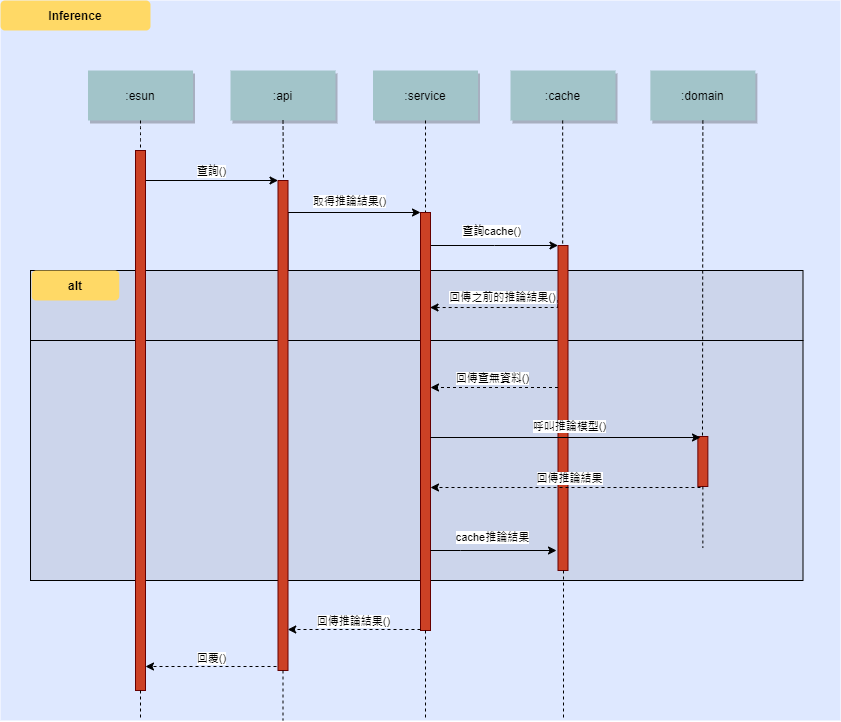
hsiehpinghan/esun_ai_2021_summer_tradevan keeps this draw.io diagram as assets/循序圖.png. Above is the earlier version. Source tidied: cells renumbered, new cells last; positions are measured from the earlier drawing's top-left corner, leaving out a move shared by most shapes.
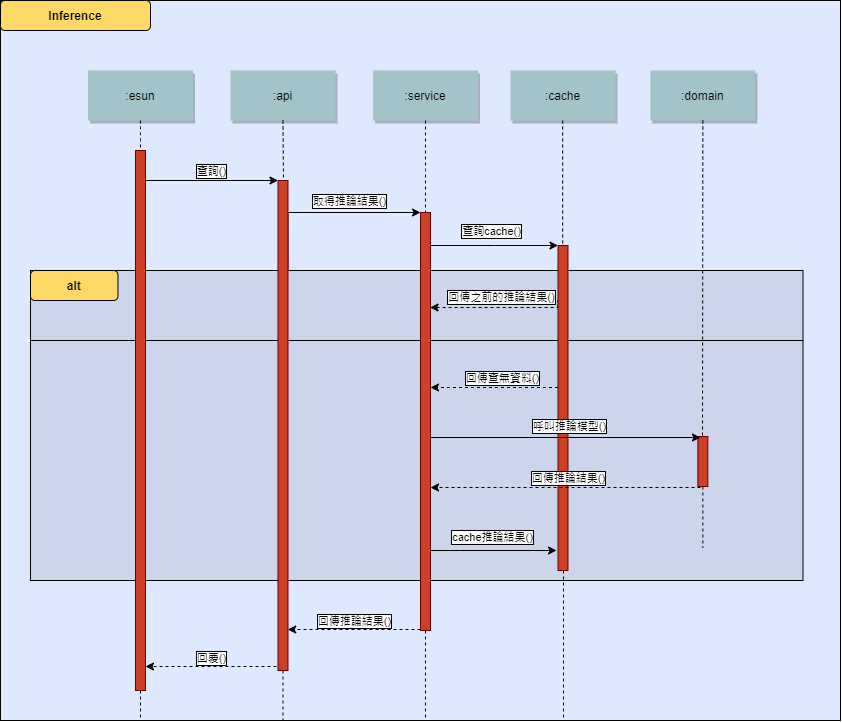
The same file after the commit.

The edit, as a diff of the source:
```diff
@@ -2,10 +2,10 @@
   <root>
     <mxCell id="0" />
     <mxCell id="1" parent="0" />
-    <mxCell id="2" style="fillColor=#DEE8FF;strokeColor=none;" parent="1" vertex="1">
+    <mxCell id="2" style="fillColor=#DEE8FF;" parent="1" vertex="1">
       <mxGeometry width="840" height="720" as="geometry" />
     </mxCell>
-    <mxCell id="3" value="Inference" style="rounded=1;fontStyle=1;fillColor=#FFD966;strokeColor=none;" parent="1" vertex="1">
+    <mxCell id="3" value="Inference" style="rounded=1;fontStyle=1;fillColor=#FFD966;" parent="1" vertex="1">
       <mxGeometry width="150" height="30" as="geometry" />
     </mxCell>
     <mxCell id="4" value=":esun" style="shadow=1;fillColor=#A2C4C9;strokeColor=none;" parent="1" vertex="1">
@@ -18,7 +18,7 @@
         </Array>
       </mxGeometry>
     </mxCell>
-    <mxCell id="6" value="查詢()" style="edgeLabel;html=1;align=center;verticalAlign=middle;" parent="5" vertex="1">
+    <mxCell id="6" value="查詢()" style="edgeLabel;html=1;align=center;verticalAlign=middle;labelBorderColor=#000000;" parent="5" vertex="1">
       <mxGeometry x="-0.18" relative="1" as="geometry">
         <mxPoint x="65" y="-18" as="offset" />
       </mxGeometry>
@@ -33,7 +33,7 @@
         </Array>
       </mxGeometry>
     </mxCell>
-    <mxCell id="9" value="取得推論結果()" style="edgeLabel;html=1;align=center;verticalAlign=middle;" parent="8" vertex="1">
+    <mxCell id="9" value="取得推論結果()" style="edgeLabel;html=1;align=center;verticalAlign=middle;labelBorderColor=#000000;" parent="8" vertex="1">
       <mxGeometry x="0.26" relative="1" as="geometry">
         <mxPoint x="11" y="-12" as="offset" />
       </mxGeometry>
@@ -82,13 +82,13 @@
         </Array>
       </mxGeometry>
     </mxCell>
-    <mxCell id="18" value="查詢cache()" style="edgeLabel;html=1;align=center;verticalAlign=middle;" parent="17" vertex="1">
+    <mxCell id="18" value="查詢cache()" style="edgeLabel;html=1;align=center;verticalAlign=middle;labelBorderColor=#000000;" parent="17" vertex="1">
       <mxGeometry x="-0.17" y="-1" relative="1" as="geometry">
         <mxPoint x="49" y="-16" as="offset" />
       </mxGeometry>
     </mxCell>
-    <mxCell id="19" value="alt" style="rounded=1;fontStyle=1;fillColor=#FFD966;strokeColor=none;" parent="1" vertex="1">
-      <mxGeometry x="31.2" y="270" width="87.5" height="30" as="geometry" />
+    <mxCell id="19" value="alt" style="rounded=1;fontStyle=1;fillColor=#FFD966;" parent="1" vertex="1">
+      <mxGeometry x="30" y="270" width="87.5" height="30" as="geometry" />
     </mxCell>
     <mxCell id="20" style="fillColor=#CCD5EB;" parent="1" vertex="1">
       <mxGeometry x="30" y="340" width="772.5" height="240" as="geometry" />
@@ -104,9 +104,9 @@
         </Array>
       </mxGeometry>
     </mxCell>
-    <mxCell id="22" value="回傳之前的推論結果()" style="edgeLabel;html=1;align=center;verticalAlign=middle;" parent="21" vertex="1">
+    <mxCell id="22" value="回傳之前的推論結果()" style="edgeLabel;html=1;align=center;verticalAlign=middle;labelBorderColor=#000000;" parent="21" vertex="1">
       <mxGeometry x="0.22" relative="1" as="geometry">
-        <mxPoint x="16" y="-11" as="offset" />
+        <mxPoint x="15" y="-11" as="offset" />
       </mxGeometry>
     </mxCell>
     <mxCell id="23" style="fillColor=#CC4125;strokeColor=#660000;" parent="1" vertex="1">
@@ -137,7 +137,7 @@
         <mxPoint x="287.2" y="629" as="targetPoint" />
       </mxGeometry>
     </mxCell>
-    <mxCell id="29" value="回傳推論結果()" style="edgeLabel;html=1;align=center;verticalAlign=middle;" parent="28" vertex="1">
+    <mxCell id="29" value="回傳推論結果()" style="edgeLabel;html=1;align=center;verticalAlign=middle;labelBorderColor=#000000;" parent="28" vertex="1">
       <mxGeometry x="0.22" relative="1" as="geometry">
         <mxPoint x="13" y="-9" as="offset" />
       </mxGeometry>
@@ -151,7 +151,7 @@
         </Array>
       </mxGeometry>
     </mxCell>
-    <mxCell id="31" value="回覆()" style="edgeLabel;html=1;align=center;verticalAlign=middle;" parent="30" vertex="1">
+    <mxCell id="31" value="回覆()" style="edgeLabel;html=1;align=center;verticalAlign=middle;labelBorderColor=#000000;" parent="30" vertex="1">
       <mxGeometry x="0.22" relative="1" as="geometry">
         <mxPoint x="14" y="-9" as="offset" />
       </mxGeometry>
@@ -166,9 +166,9 @@
         </Array>
       </mxGeometry>
     </mxCell>
-    <mxCell id="33" value="回傳查無資料()" style="edgeLabel;html=1;align=center;verticalAlign=middle;" parent="32" vertex="1">
+    <mxCell id="33" value="回傳查無資料()" style="edgeLabel;html=1;align=center;verticalAlign=middle;labelBorderColor=#000000;" parent="32" vertex="1">
       <mxGeometry x="0.22" relative="1" as="geometry">
-        <mxPoint x="12" y="-10" as="offset" />
+        <mxPoint x="21" y="-10" as="offset" />
       </mxGeometry>
     </mxCell>
     <mxCell id="34" style="fillColor=#CC4125;strokeColor=#660000;" parent="1" vertex="1">
@@ -183,7 +183,7 @@
         </Array>
       </mxGeometry>
     </mxCell>
-    <mxCell id="36" value="呼叫推論模型()" style="edgeLabel;html=1;align=center;verticalAlign=middle;" parent="35" vertex="1">
+    <mxCell id="36" value="呼叫推論模型()" style="edgeLabel;html=1;align=center;verticalAlign=middle;labelBorderColor=#000000;" parent="35" vertex="1">
       <mxGeometry x="-0.17" y="-1" relative="1" as="geometry">
         <mxPoint x="25" y="-13" as="offset" />
       </mxGeometry>
@@ -206,7 +206,7 @@
         </Array>
       </mxGeometry>
     </mxCell>
-    <mxCell id="39" value="回傳推論結果" style="edgeLabel;html=1;align=center;verticalAlign=middle;" parent="38" vertex="1">
+    <mxCell id="39" value="回傳推論結果()" style="edgeLabel;html=1;align=center;verticalAlign=middle;labelBorderColor=#000000;" parent="38" vertex="1">
       <mxGeometry x="0.22" relative="1" as="geometry">
         <mxPoint x="32" y="-10" as="offset" />
       </mxGeometry>
@@ -220,7 +220,7 @@
         </Array>
       </mxGeometry>
     </mxCell>
-    <mxCell id="41" value="cache推論結果" style="edgeLabel;html=1;align=center;verticalAlign=middle;" parent="40" vertex="1">
+    <mxCell id="41" value="cache推論結果()" style="edgeLabel;html=1;align=center;verticalAlign=middle;labelBorderColor=#000000;" parent="40" vertex="1">
       <mxGeometry x="-0.17" y="-1" relative="1" as="geometry">
         <mxPoint x="8" y="-15" as="offset" />
       </mxGeometry>
```
